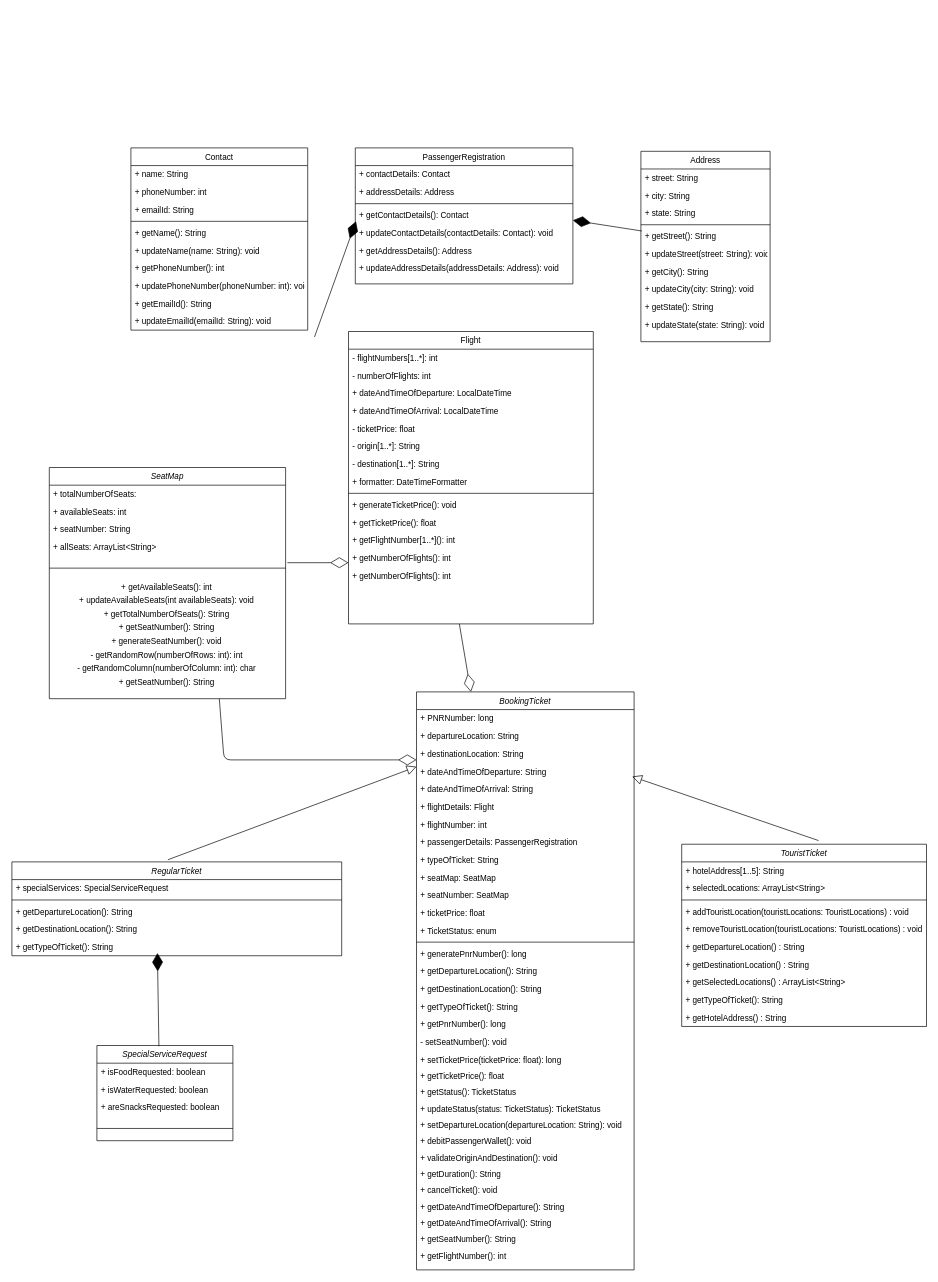
Before: Flight Reservation System.drawio in SaiArjunL/my_repo, a draw.io diagram. Source tidied: cells renumbered, new cells numbered last; positions are measured from the earlier drawing's top-left corner, leaving out a move shared by most shapes. Both pictures are drawn from the tidied source at 68%, with x=0, y=0 at pixel (12, 148).
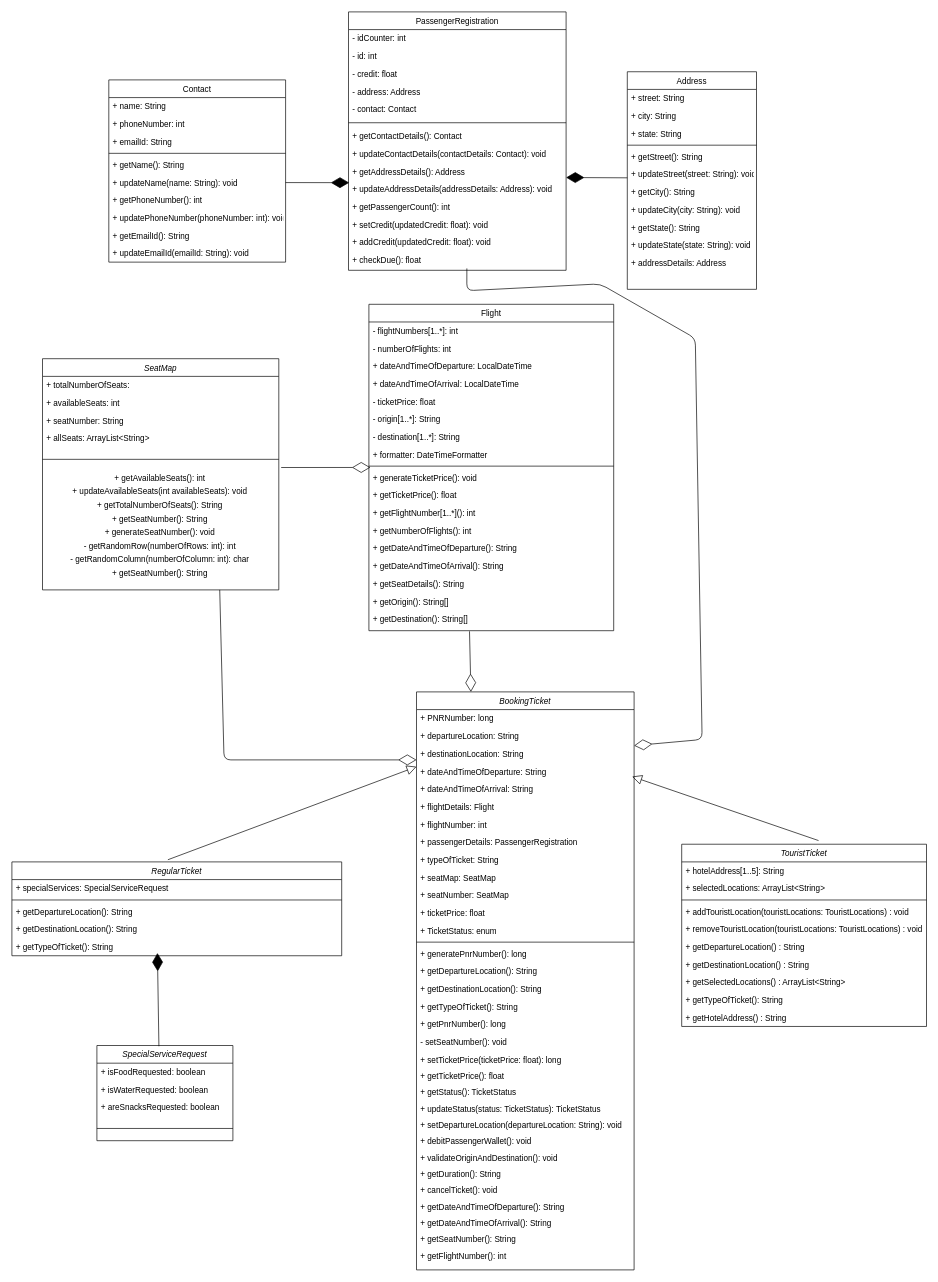
The same page after the edit.

Unchanged cells that the change refers to:
```xml
<mxCell id="7" value="+ getStreet(): String" style="text;align=left;verticalAlign=top;spacingLeft=4;spacingRight=4;overflow=hidden;points=[[0,0.5],[1,0.5]];portConstraint=eastwest;" parent="2" vertex="1">
  <mxGeometry y="112" width="190" height="26" as="geometry" />
</mxCell>
<mxCell id="19" value="+ updateName(name: String): void" style="text;align=left;verticalAlign=top;spacingLeft=4;spacingRight=4;overflow=hidden;points=[[0,0.5],[1,0.5]];portConstraint=eastwest;" parent="13" vertex="1">
  <mxGeometry y="138" width="260" height="26" as="geometry" />
</mxCell>
<mxCell id="56" value="BookingTicket" style="swimlane;fontStyle=2;align=center;verticalAlign=top;horizontal=1;startSize=26;rounded=0;shadow=0;strokeWidth=1;" parent="1" vertex="1">
  <mxGeometry x="595" y="800" width="320" height="850" as="geometry" />
</mxCell>
<mxCell id="103" value="+ generateTicketPrice(): void" style="text;align=left;verticalAlign=top;spacingLeft=4;spacingRight=4;overflow=hidden;points=[[0,0.5],[1,0.5]];portConstraint=eastwest;" parent="93" vertex="1">
  <mxGeometry y="242" width="360" height="26" as="geometry" />
</mxCell>
```

The edit, as a diff of the source:
```diff
@@
     <mxCell id="2" value="Address" style="swimlane;fontStyle=0;align=center;verticalAlign=top;horizontal=1;startSize=26;rounded=0;shadow=0;strokeWidth=1;" parent="1" vertex="1">
-      <mxGeometry x="925" y="5" width="190" height="280" as="geometry" />
+      <mxGeometry x="905" y="-112" width="190" height="320" as="geometry" />
     </mxCell>
@@
+    <mxCell id="125" value="+ addressDetails: Address" style="text;align=left;verticalAlign=top;spacingLeft=4;spacingRight=4;overflow=hidden;rounded=0;shadow=0;html=0;" parent="2" vertex="1">
+      <mxGeometry y="268" width="190" height="26" as="geometry" />
+    </mxCell>
     <mxCell id="13" value="Contact" style="swimlane;fontStyle=0;align=center;verticalAlign=top;horizontal=1;startSize=26;rounded=0;shadow=0;strokeWidth=1;" parent="1" vertex="1">
-      <mxGeometry x="175" width="260" height="268" as="geometry" />
+      <mxGeometry x="142.5" y="-100" width="260" height="268" as="geometry" />
     </mxCell>
@@
-    <mxCell id="24" style="endArrow=diamondThin;endFill=1;endSize=24;html=1;entryX=1;entryY=0.786;entryDx=0;entryDy=0;entryPerimeter=0;exitX=0.007;exitY=0.2;exitDx=0;exitDy=0;exitPerimeter=0;" parent="1" edge="1" source="7" target="36">
-      <mxGeometry relative="1" as="geometry" />
-    </mxCell>
@@
-    <mxCell id="31" style="endArrow=diamondThin;endFill=1;endSize=24;html=1;entryX=0.003;entryY=0.848;entryDx=0;entryDy=0;entryPerimeter=0;" parent="1" edge="1" target="36">
-      <mxGeometry relative="1" as="geometry">
-        <mxPoint x="445" y="278" as="sourcePoint" />
-      </mxGeometry>
-    </mxCell>
     <mxCell id="32" value="PassengerRegistration" style="swimlane;fontStyle=0;align=center;verticalAlign=top;horizontal=1;startSize=26;rounded=0;shadow=0;strokeWidth=1;" parent="1" vertex="1">
-      <mxGeometry x="505" width="320" height="200" as="geometry" />
+      <mxGeometry x="495" y="-200" width="320" height="380" as="geometry" />
     </mxCell>
-    <mxCell id="33" value="+ contactDetails: Contact" style="text;align=left;verticalAlign=top;spacingLeft=4;spacingRight=4;overflow=hidden;" parent="32" vertex="1">
+    <mxCell id="33" value="- idCounter: int" style="text;align=left;verticalAlign=top;spacingLeft=4;spacingRight=4;overflow=hidden;" parent="32" vertex="1">
       <mxGeometry y="26" width="320" height="26" as="geometry" />
     </mxCell>
+    <mxCell id="126" value="- id: int" style="text;align=left;verticalAlign=top;spacingLeft=4;spacingRight=4;overflow=hidden;rounded=0;shadow=0;html=0;" parent="32" vertex="1">
+      <mxGeometry y="52" width="320" height="26" as="geometry" />
+    </mxCell>
+    <mxCell id="127" value="- credit: float" style="text;align=left;verticalAlign=top;spacingLeft=4;spacingRight=4;overflow=hidden;rounded=0;shadow=0;html=0;" parent="32" vertex="1">
+      <mxGeometry y="78" width="320" height="26" as="geometry" />
+    </mxCell>
+    <mxCell id="128" value="- address: Address" style="text;align=left;verticalAlign=top;spacingLeft=4;spacingRight=4;overflow=hidden;rounded=0;shadow=0;html=0;" parent="32" vertex="1">
+      <mxGeometry y="104" width="320" height="26" as="geometry" />
+    </mxCell>
-    <mxCell id="34" value="+ addressDetails: Address" style="text;align=left;verticalAlign=top;spacingLeft=4;spacingRight=4;overflow=hidden;rounded=0;shadow=0;html=0;" parent="32" vertex="1">
-      <mxGeometry y="52" width="320" height="26" as="geometry" />
+    <mxCell id="34" value="- contact: Contact" style="text;align=left;verticalAlign=top;spacingLeft=4;spacingRight=4;overflow=hidden;rounded=0;shadow=0;html=0;" parent="32" vertex="1">
+      <mxGeometry y="130" width="320" height="26" as="geometry" />
     </mxCell>
     <mxCell id="35" style="line;html=1;strokeWidth=1;align=left;verticalAlign=middle;spacingTop=-1;spacingLeft=3;spacingRight=3;labelPosition=right;" parent="32" vertex="1">
-      <mxGeometry y="78" width="320" height="8" as="geometry" />
+      <mxGeometry y="156" width="320" height="14" as="geometry" />
     </mxCell>
     <mxCell id="36" value="+ getContactDetails(): Contact" style="text;align=left;verticalAlign=top;spacingLeft=4;spacingRight=4;overflow=hidden;points=[[0,0.5],[1,0.5]];portConstraint=eastwest;" parent="32" vertex="1">
-      <mxGeometry y="86" width="320" height="26" as="geometry" />
+      <mxGeometry y="170" width="320" height="26" as="geometry" />
     </mxCell>
     <mxCell id="37" value="+ updateContactDetails(contactDetails: Contact): void" style="text;align=left;verticalAlign=top;spacingLeft=4;spacingRight=4;overflow=hidden;" parent="32" vertex="1">
-      <mxGeometry y="112" width="320" height="26" as="geometry" />
+      <mxGeometry y="196" width="320" height="26" as="geometry" />
     </mxCell>
     <mxCell id="38" value="+ getAddressDetails(): Address" style="text;align=left;verticalAlign=top;spacingLeft=4;spacingRight=4;overflow=hidden;" parent="32" vertex="1">
-      <mxGeometry y="138" width="320" height="26" as="geometry" />
+      <mxGeometry y="222" width="320" height="26" as="geometry" />
     </mxCell>
+    <mxCell id="129" value="+ updateAddressDetails(addressDetails: Address): void" style="text;align=left;verticalAlign=top;spacingLeft=4;spacingRight=4;overflow=hidden;points=[[0,0.5],[1,0.5]];portConstraint=eastwest;" parent="32" vertex="1">
+      <mxGeometry y="248" width="320" height="26" as="geometry" />
+    </mxCell>
+    <mxCell id="130" value="+ getPassengerCount(): int" style="text;align=left;verticalAlign=top;spacingLeft=4;spacingRight=4;overflow=hidden;" parent="32" vertex="1">
+      <mxGeometry y="274" width="320" height="26" as="geometry" />
+    </mxCell>
+    <mxCell id="131" value="+ setCredit(updatedCredit: float): void" style="text;align=left;verticalAlign=top;spacingLeft=4;spacingRight=4;overflow=hidden;" parent="32" vertex="1">
+      <mxGeometry y="300" width="320" height="26" as="geometry" />
+    </mxCell>
+    <mxCell id="132" value="+ addCredit(updatedCredit: float): void" style="text;align=left;verticalAlign=top;spacingLeft=4;spacingRight=4;overflow=hidden;" parent="32" vertex="1">
+      <mxGeometry y="326" width="320" height="26" as="geometry" />
+    </mxCell>
-    <mxCell id="39" value="+ updateAddressDetails(addressDetails: Address): void" style="text;align=left;verticalAlign=top;spacingLeft=4;spacingRight=4;overflow=hidden;points=[[0,0.5],[1,0.5]];portConstraint=eastwest;" parent="32" vertex="1">
-      <mxGeometry y="164" width="320" height="26" as="geometry" />
+    <mxCell id="39" value="+ checkDue(): float" style="text;align=left;verticalAlign=top;spacingLeft=4;spacingRight=4;overflow=hidden;points=[[0,0.5],[1,0.5]];portConstraint=eastwest;" parent="32" vertex="1">
+      <mxGeometry y="352" width="320" height="26" as="geometry" />
     </mxCell>
@@
     <mxCell id="93" value="Flight" style="swimlane;fontStyle=0;align=center;verticalAlign=top;horizontal=1;startSize=26;rounded=0;shadow=0;strokeWidth=1;" parent="1" vertex="1">
-      <mxGeometry x="495" y="270" width="360" height="430" as="geometry" />
+      <mxGeometry x="525" y="230" width="360" height="480" as="geometry" />
     </mxCell>
@@
-    <mxCell id="107" value="+ getNumberOfFlights(): int" style="text;align=left;verticalAlign=top;spacingLeft=4;spacingRight=4;overflow=hidden;" parent="93" vertex="1">
+    <mxCell id="107" value="+ getDateAndTimeOfDeparture(): String" style="text;align=left;verticalAlign=top;spacingLeft=4;spacingRight=4;overflow=hidden;" parent="93" vertex="1">
       <mxGeometry y="346" width="360" height="26" as="geometry" />
     </mxCell>
+    <mxCell id="133" value="+ getDateAndTimeOfArrival(): String" style="text;align=left;verticalAlign=top;spacingLeft=4;spacingRight=4;overflow=hidden;" parent="93" vertex="1">
+      <mxGeometry y="372" width="360" height="26" as="geometry" />
+    </mxCell>
+    <mxCell id="134" value="+ getSeatDetails(): String" style="text;align=left;verticalAlign=top;spacingLeft=4;spacingRight=4;overflow=hidden;" parent="93" vertex="1">
+      <mxGeometry y="398" width="360" height="26" as="geometry" />
+    </mxCell>
+    <mxCell id="135" value="+ getOrigin(): String[]" style="text;align=left;verticalAlign=top;spacingLeft=4;spacingRight=4;overflow=hidden;" parent="93" vertex="1">
+      <mxGeometry y="424" width="360" height="26" as="geometry" />
+    </mxCell>
+    <mxCell id="136" value="+ getDestination(): String[]" style="text;align=left;verticalAlign=top;spacingLeft=4;spacingRight=4;overflow=hidden;points=[[0,0.5],[1,0.5]];portConstraint=eastwest;" parent="93" vertex="1">
+      <mxGeometry y="450" width="360" height="26" as="geometry" />
+    </mxCell>
     <mxCell id="108" value="SeatMap" style="swimlane;fontStyle=2;align=center;verticalAlign=top;horizontal=1;startSize=26;rounded=0;shadow=0;strokeWidth=1;" parent="1" vertex="1">
-      <mxGeometry x="55" y="470" width="347.5" height="340" as="geometry" />
+      <mxGeometry x="45" y="310" width="347.5" height="340" as="geometry" />
     </mxCell>
@@
-    <mxCell id="122" style="endArrow=diamondThin;endFill=0;endSize=24;html=1;entryX=0.25;entryY=0;entryDx=0;entryDy=0;" parent="1" edge="1" target="56">
-      <mxGeometry relative="1" as="geometry">
-        <mxPoint x="658" y="700" as="sourcePoint" />
-      </mxGeometry>
+    <mxCell id="122" style="endArrow=diamondThin;endFill=0;endSize=24;html=1;entryX=0.25;entryY=0;entryDx=0;entryDy=0;exitX=0.411;exitY=1.188;exitDx=0;exitDy=0;exitPerimeter=0;" parent="1" edge="1" source="136" target="56">
+      <mxGeometry relative="1" as="geometry" />
     </mxCell>
-    <mxCell id="123" style="endArrow=diamondThin;endFill=0;endSize=24;html=1;" parent="1" edge="1">
+    <mxCell id="123" style="endArrow=diamondThin;endFill=0;endSize=24;html=1;exitX=0.75;exitY=1;exitDx=0;exitDy=0;" parent="1" edge="1" source="108">
       <mxGeometry relative="1" as="geometry">
-        <mxPoint x="305" y="810" as="sourcePoint" />
         <mxPoint x="595" y="900" as="targetPoint" />
         <Array as="points">
           <mxPoint x="312" y="900" />
         </Array>
       </mxGeometry>
     </mxCell>
-    <mxCell id="124" style="endArrow=diamondThin;endFill=0;endSize=24;html=1;" parent="1" edge="1">
-      <mxGeometry relative="1" as="geometry">
-        <mxPoint x="405" y="610" as="sourcePoint" />
-        <mxPoint x="495" y="610" as="targetPoint" />
-      </mxGeometry>
-    </mxCell>
+    <mxCell id="137" style="endArrow=diamondThin;endFill=0;endSize=24;html=1;entryX=0.006;entryY=-0.079;entryDx=0;entryDy=0;entryPerimeter=0;" parent="1" edge="1" target="103">
+      <mxGeometry relative="1" as="geometry">
+        <mxPoint x="396" y="470" as="sourcePoint" />
+      </mxGeometry>
+    </mxCell>
+    <mxCell id="138" style="endArrow=diamondThin;endFill=1;endSize=24;html=1;exitX=1;exitY=0.5;exitDx=0;exitDy=0;entryX=0.003;entryY=0.12;entryDx=0;entryDy=0;entryPerimeter=0;" parent="1" edge="1" source="19" target="129">
+      <mxGeometry relative="1" as="geometry" />
+    </mxCell>
+    <mxCell id="139" style="endArrow=diamondThin;endFill=1;endSize=24;html=1;entryX=1;entryY=-0.17;entryDx=0;entryDy=0;entryPerimeter=0;" parent="1" edge="1" target="129">
+      <mxGeometry relative="1" as="geometry">
+        <mxPoint x="905" y="44" as="sourcePoint" />
+      </mxGeometry>
+    </mxCell>
+    <mxCell id="140" style="endArrow=diamondThin;endFill=0;endSize=24;html=1;exitX=0.544;exitY=0.971;exitDx=0;exitDy=0;exitPerimeter=0;" parent="1" edge="1" source="39">
+      <mxGeometry relative="1" as="geometry">
+        <mxPoint x="915" y="879" as="targetPoint" />
+        <Array as="points">
+          <mxPoint x="669" y="210" />
+          <mxPoint x="865" y="200" />
+          <mxPoint x="1005" y="280" />
+          <mxPoint x="1015" y="870" />
+        </Array>
+      </mxGeometry>
+    </mxCell>
```
